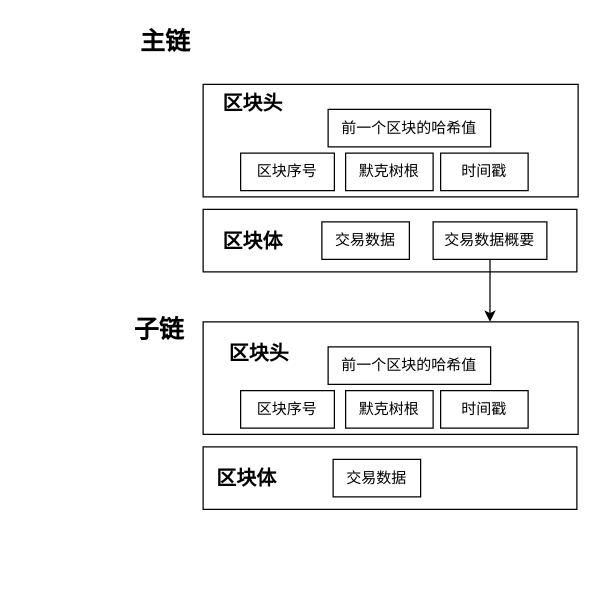
Earlier version of the draw.io diagram 毕业论文1 3.3 双层区块链区块总结构.drawio (burnandgun/diagrams). Source tidied: cells renumbered, new cells numbered last; positions are measured from the earlier drawing's top-left corner, leaving out a move shared by most shapes. Both pictures are drawn from the tidied source at 125%, with x=0, y=0 at pixel (96, 21).
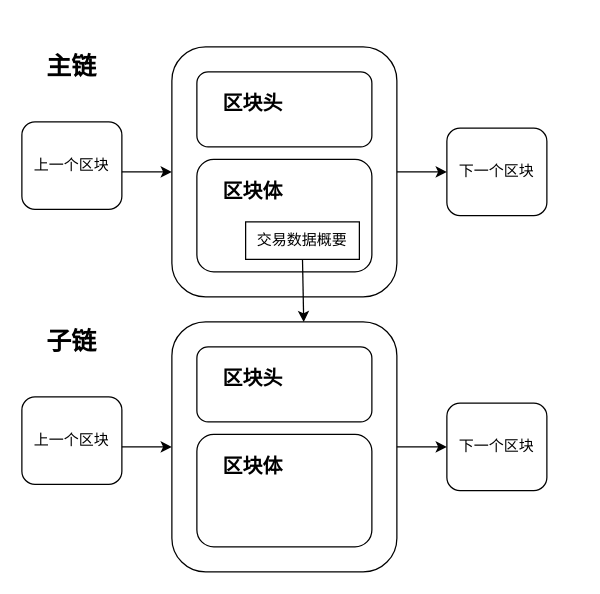
After the change.

Commit message:
更新毕业论文1 3.3 双层区块链区块总结构.drawio

Change to the diagram source:
```diff
@@
+    <mxCell id="35" style="rounded=1;whiteSpace=wrap;html=1;fillColor=none;" parent="1" vertex="1">
+      <mxGeometry x="60" y="20" width="180" height="200" as="geometry" />
+    </mxCell>
+    <mxCell id="36" style="rounded=1;whiteSpace=wrap;html=1;fillColor=none;" parent="1" vertex="1">
+      <mxGeometry x="80" y="40" width="140" height="60" as="geometry" />
+    </mxCell>
+    <mxCell id="37" style="rounded=1;whiteSpace=wrap;html=1;fillColor=none;" parent="1" vertex="1">
+      <mxGeometry x="80" y="110" width="140" height="90" as="geometry" />
+    </mxCell>
@@
-    <mxCell id="3" style="rounded=0;whiteSpace=wrap;html=1;fillColor=none;" parent="1" vertex="1">
-      <mxGeometry x="85" y="340" width="299" height="50" as="geometry" />
-    </mxCell>
-    <mxCell id="4" style="rounded=0;whiteSpace=wrap;html=1;fillColor=none;" parent="1" vertex="1">
-      <mxGeometry x="85" y="240" width="300" height="90" as="geometry" />
-    </mxCell>
-    <mxCell id="5" value="前一个区块的哈希值" style="rounded=0;whiteSpace=wrap;html=1;fillColor=default;" parent="1" vertex="1">
-      <mxGeometry x="185" y="260" width="130" height="30" as="geometry" />
-    </mxCell>
-    <mxCell id="6" value="默克树根" style="rounded=0;whiteSpace=wrap;html=1;fillColor=default;" parent="1" vertex="1">
-      <mxGeometry x="199" y="295" width="70" height="30" as="geometry" />
-    </mxCell>
-    <mxCell id="7" value="时间戳" style="rounded=0;whiteSpace=wrap;html=1;fillColor=default;" parent="1" vertex="1">
-      <mxGeometry x="275" y="295" width="70" height="30" as="geometry" />
-    </mxCell>
@@
-    <mxCell id="11" value="&lt;span style=&quot;font-size: 16px;&quot;&gt;&lt;b&gt;区块体&lt;/b&gt;&lt;/span&gt;" style="text;html=1;strokeColor=none;fillColor=none;align=center;verticalAlign=middle;whiteSpace=wrap;rounded=0;" parent="1" vertex="1">
-      <mxGeometry x="60" y="350" width="120" height="30" as="geometry" />
-    </mxCell>
-    <mxCell id="12" value="&lt;span style=&quot;font-size: 16px;&quot;&gt;&lt;b&gt;区块头&lt;/b&gt;&lt;/span&gt;" style="text;html=1;strokeColor=none;fillColor=none;align=center;verticalAlign=middle;whiteSpace=wrap;rounded=0;" parent="1" vertex="1">
-      <mxGeometry x="70" y="250" width="120" height="30" as="geometry" />
-    </mxCell>
@@
-    <mxCell id="14" value="区块序号" style="rounded=0;whiteSpace=wrap;html=1;fillColor=default;" parent="1" vertex="1">
-      <mxGeometry x="115" y="295" width="75" height="30" as="geometry" />
-    </mxCell>
@@
-    <mxCell id="21" value="交易数据" style="rounded=0;whiteSpace=wrap;html=1;fillColor=default;" parent="1" vertex="1">
-      <mxGeometry x="189" y="350" width="70" height="30" as="geometry" />
-    </mxCell>
-    <mxCell id="22" style="rounded=0;whiteSpace=wrap;html=1;fillColor=none;" parent="1" vertex="1">
-      <mxGeometry x="85" y="150" width="299" height="50" as="geometry" />
-    </mxCell>
-    <mxCell id="23" style="rounded=0;whiteSpace=wrap;html=1;fillColor=none;" parent="1" vertex="1">
-      <mxGeometry x="85" y="50" width="300" height="90" as="geometry" />
-    </mxCell>
-    <mxCell id="24" value="前一个区块的哈希值" style="rounded=0;whiteSpace=wrap;html=1;fillColor=default;" parent="1" vertex="1">
-      <mxGeometry x="185" y="70" width="130" height="30" as="geometry" />
-    </mxCell>
-    <mxCell id="25" value="默克树根" style="rounded=0;whiteSpace=wrap;html=1;fillColor=default;" parent="1" vertex="1">
-      <mxGeometry x="199" y="105" width="70" height="30" as="geometry" />
-    </mxCell>
-    <mxCell id="26" value="时间戳" style="rounded=0;whiteSpace=wrap;html=1;fillColor=default;" parent="1" vertex="1">
-      <mxGeometry x="275" y="105" width="70" height="30" as="geometry" />
-    </mxCell>
     <mxCell id="27" value="&lt;span style=&quot;font-size: 16px;&quot;&gt;&lt;b&gt;区块体&lt;/b&gt;&lt;/span&gt;" style="text;html=1;strokeColor=none;fillColor=none;align=center;verticalAlign=middle;whiteSpace=wrap;rounded=0;" parent="1" vertex="1">
-      <mxGeometry x="65" y="160" width="120" height="30" as="geometry" />
+      <mxGeometry x="65" y="120" width="120" height="30" as="geometry" />
     </mxCell>
@@
-    <mxCell id="29" value="区块序号" style="rounded=0;whiteSpace=wrap;html=1;fillColor=default;" parent="1" vertex="1">
-      <mxGeometry x="115" y="105" width="75" height="30" as="geometry" />
-    </mxCell>
     <mxCell id="30" value="交易数据概要" style="rounded=0;whiteSpace=wrap;html=1;fillColor=default;" parent="1" vertex="1">
-      <mxGeometry x="269" y="160" width="91" height="30" as="geometry" />
+      <mxGeometry x="119" y="160" width="91" height="30" as="geometry" />
     </mxCell>
     <mxCell id="31" value="&lt;font style=&quot;font-size: 20px;&quot;&gt;&lt;b&gt;主链&lt;/b&gt;&lt;/font&gt;" style="text;html=1;strokeColor=none;fillColor=none;align=center;verticalAlign=middle;whiteSpace=wrap;rounded=0;fontSize=12;" parent="1" vertex="1">
-      <mxGeometry x="25" width="60" height="30" as="geometry" />
+      <mxGeometry x="-50" y="20" width="60" height="30" as="geometry" />
     </mxCell>
-    <mxCell id="32" value="交易数据" style="rounded=0;whiteSpace=wrap;html=1;fillColor=default;" parent="1" vertex="1">
-      <mxGeometry x="180" y="160" width="70" height="30" as="geometry" />
-    </mxCell>
-    <mxCell id="33" style="endArrow=classic;html=1;rounded=0;exitX=0.5;exitY=1;exitDx=0;exitDy=0;entryX=0.765;entryY=0;entryDx=0;entryDy=0;entryPerimeter=0;" parent="1" edge="1" source="30" target="4">
+    <mxCell id="33" style="endArrow=classic;html=1;rounded=0;exitX=0.5;exitY=1;exitDx=0;exitDy=0;entryX=0.586;entryY=0.001;entryDx=0;entryDy=0;entryPerimeter=0;" parent="1" edge="1" source="30" target="42">
       <mxGeometry relative="1" as="geometry" />
     </mxCell>
+    <mxCell id="38" value="下一个区块" style="rounded=1;whiteSpace=wrap;html=1;fillColor=none;" parent="1" vertex="1">
+      <mxGeometry x="280" y="85" width="80" height="70" as="geometry" />
+    </mxCell>
+    <mxCell id="39" style="endArrow=classic;html=1;rounded=0;exitX=1;exitY=0.5;exitDx=0;exitDy=0;entryX=0;entryY=0.5;entryDx=0;entryDy=0;" parent="1" edge="1" source="35" target="38">
+      <mxGeometry relative="1" as="geometry" />
+    </mxCell>
+    <mxCell id="40" value="上一个区块" style="rounded=1;whiteSpace=wrap;html=1;fillColor=none;" parent="1" vertex="1">
+      <mxGeometry x="-60" y="80" width="80" height="70" as="geometry" />
+    </mxCell>
+    <mxCell id="41" style="endArrow=classic;html=1;rounded=0;exitX=1;exitY=0.5;exitDx=0;exitDy=0;entryX=0;entryY=0.5;entryDx=0;entryDy=0;" parent="1" edge="1">
+      <mxGeometry relative="1" as="geometry">
+        <mxPoint x="20" y="120" as="sourcePoint" />
+        <mxPoint x="60" y="120" as="targetPoint" />
+      </mxGeometry>
+    </mxCell>
+    <mxCell id="42" style="rounded=1;whiteSpace=wrap;html=1;fillColor=none;" parent="1" vertex="1">
+      <mxGeometry x="60" y="240" width="180" height="200" as="geometry" />
+    </mxCell>
+    <mxCell id="43" style="rounded=1;whiteSpace=wrap;html=1;fillColor=none;" parent="1" vertex="1">
+      <mxGeometry x="80" y="260" width="140" height="60" as="geometry" />
+    </mxCell>
+    <mxCell id="44" style="rounded=1;whiteSpace=wrap;html=1;fillColor=none;" parent="1" vertex="1">
+      <mxGeometry x="80" y="330" width="140" height="90" as="geometry" />
+    </mxCell>
+    <mxCell id="11" value="&lt;span style=&quot;font-size: 16px;&quot;&gt;&lt;b&gt;区块体&lt;/b&gt;&lt;/span&gt;" style="text;html=1;strokeColor=none;fillColor=none;align=center;verticalAlign=middle;whiteSpace=wrap;rounded=0;" parent="1" vertex="1">
+      <mxGeometry x="65" y="340" width="120" height="30" as="geometry" />
+    </mxCell>
+    <mxCell id="12" value="&lt;span style=&quot;font-size: 16px;&quot;&gt;&lt;b&gt;区块头&lt;/b&gt;&lt;/span&gt;" style="text;html=1;strokeColor=none;fillColor=none;align=center;verticalAlign=middle;whiteSpace=wrap;rounded=0;" parent="1" vertex="1">
+      <mxGeometry x="65" y="270" width="120" height="30" as="geometry" />
+    </mxCell>
     <mxCell id="34" value="&lt;font style=&quot;font-size: 20px;&quot;&gt;&lt;b&gt;子链&lt;/b&gt;&lt;/font&gt;" style="text;html=1;strokeColor=none;fillColor=none;align=center;verticalAlign=middle;whiteSpace=wrap;rounded=0;fontSize=12;" parent="1" vertex="1">
-      <mxGeometry x="20" y="230" width="60" height="30" as="geometry" />
+      <mxGeometry x="-50" y="240" width="60" height="30" as="geometry" />
     </mxCell>
+    <mxCell id="45" value="下一个区块" style="rounded=1;whiteSpace=wrap;html=1;fillColor=none;" parent="1" vertex="1">
+      <mxGeometry x="280" y="305" width="80" height="70" as="geometry" />
+    </mxCell>
+    <mxCell id="46" style="endArrow=classic;html=1;rounded=0;exitX=1;exitY=0.5;exitDx=0;exitDy=0;entryX=0;entryY=0.5;entryDx=0;entryDy=0;" parent="1" edge="1" source="42" target="45">
+      <mxGeometry relative="1" as="geometry" />
+    </mxCell>
+    <mxCell id="47" value="上一个区块" style="rounded=1;whiteSpace=wrap;html=1;fillColor=none;" parent="1" vertex="1">
+      <mxGeometry x="-60" y="300" width="80" height="70" as="geometry" />
+    </mxCell>
+    <mxCell id="48" style="endArrow=classic;html=1;rounded=0;exitX=1;exitY=0.5;exitDx=0;exitDy=0;entryX=0;entryY=0.5;entryDx=0;entryDy=0;" parent="1" edge="1">
+      <mxGeometry relative="1" as="geometry">
+        <mxPoint x="20" y="340" as="sourcePoint" />
+        <mxPoint x="60" y="340" as="targetPoint" />
+      </mxGeometry>
+    </mxCell>
```
